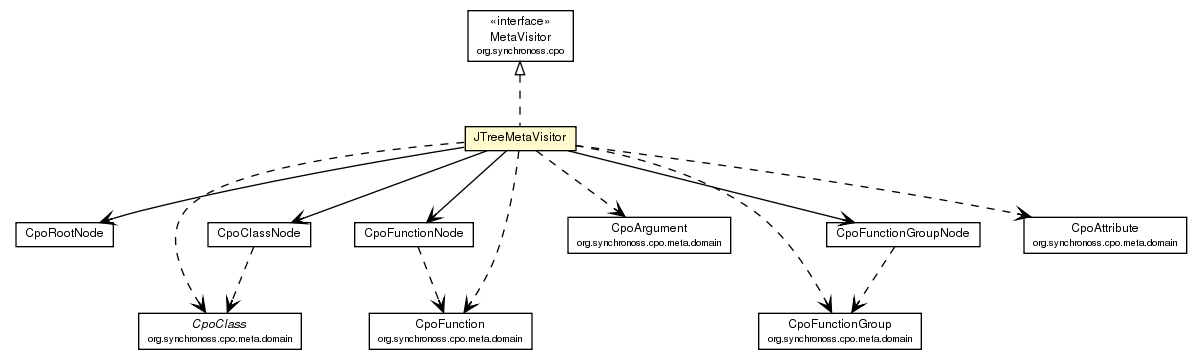
Before: site/apidocs/org/synchronoss/cpo/util/JTreeMetaVisitor.png, a diagram exported from Graphviz (synchronoss/cpo-util). Its source is kept beside it as site/apidocs/org/synchronoss/cpo/util/JTreeMetaVisitor.dot.
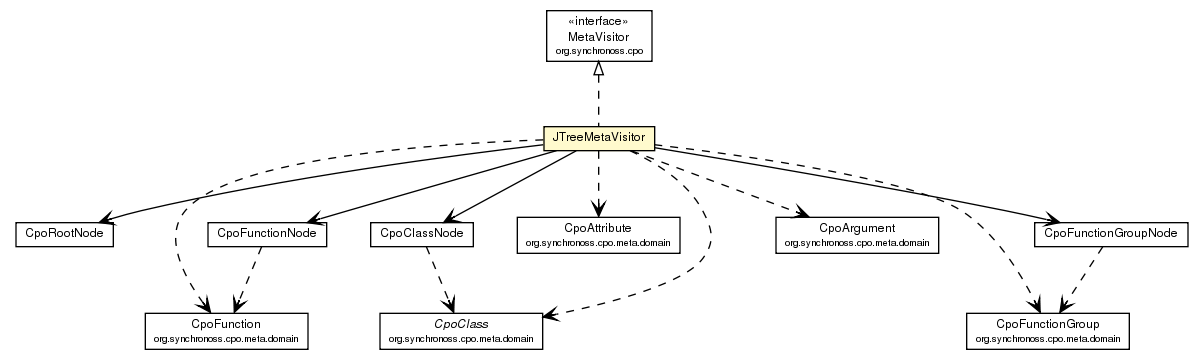
Above is the later version.

What changed in the source:
```diff
@@ -37,28 +37,28 @@
 	c1707:p -> c1767:p [taillabel="", label="", headlabel="", fontname="Helvetica", fontcolor="black", fontsize=10.0, color="black", arrowhead=open, style=dashed];
 	c1707:p -> c1769:p [taillabel="", label="", headlabel="", fontname="Helvetica", fontcolor="black", fontsize=10.0, color="black", arrowhead=open, style=dashed];
 	c1707:p -> c1770:p [taillabel="", label="", headlabel="", fontname="Helvetica", fontcolor="black", fontsize=10.0, color="black", arrowhead=open, style=dashed];
-	c1721:p -> c1767:p [taillabel="", label="", headlabel="", fontname="Helvetica", fontcolor="black", fontsize=10.0, color="black", arrowhead=open, style=dashed];
-	c1723:p -> c1765:p [taillabel="", label="", headlabel="", fontname="Helvetica", fontcolor="black", fontsize=10.0, color="black", arrowhead=open, style=dashed];
+	c1721:p -> c1766:p [taillabel="", label="", headlabel="", fontname="Helvetica", fontcolor="black", fontsize=10.0, color="black", arrowhead=open, style=dashed];
+	c1723:p -> c1770:p [taillabel="", label="", headlabel="", fontname="Helvetica", fontcolor="black", fontsize=10.0, color="black", arrowhead=open, style=dashed];
 	c1728:p -> c1769:p [taillabel="", label="", headlabel="", fontname="Helvetica", fontcolor="black", fontsize=10.0, color="black", arrowhead=open, style=dashed];
-	c1765 [label=<<table border="0" cellborder="1" cellspacing="0" cellpadding="2" port="p" href="http://java.sun.com/j2se/1.4.2/docs/api/org/synchronoss/cpo/meta/domain/CpoClass.html">
+	c1770 [label=<<table border="0" cellborder="1" cellspacing="0" cellpadding="2" port="p" href="http://java.sun.com/j2se/1.4.2/docs/api/org/synchronoss/cpo/meta/domain/CpoClass.html">
 		<tr><td><table border="0" cellspacing="0" cellpadding="1">
 			<tr><td><font face="Helvetica-Oblique"> CpoClass </font></td></tr>
 			<tr><td><font point-size="7.0"> org.synchronoss.cpo.meta.domain </font></td></tr>
 		</table></td></tr>
 		</table>>, fontname="Helvetica", fontcolor="black", fontsize=9.0];
-	c1766 [label=<<table border="0" cellborder="1" cellspacing="0" cellpadding="2" port="p" href="http://java.sun.com/j2se/1.4.2/docs/api/org/synchronoss/cpo/meta/domain/CpoArgument.html">
+	c1767 [label=<<table border="0" cellborder="1" cellspacing="0" cellpadding="2" port="p" href="http://java.sun.com/j2se/1.4.2/docs/api/org/synchronoss/cpo/meta/domain/CpoArgument.html">
 		<tr><td><table border="0" cellspacing="0" cellpadding="1">
 			<tr><td> CpoArgument </td></tr>
 			<tr><td><font point-size="7.0"> org.synchronoss.cpo.meta.domain </font></td></tr>
 		</table></td></tr>
 		</table>>, fontname="Helvetica", fontcolor="black", fontsize=9.0];
-	c1770 [label=<<table border="0" cellborder="1" cellspacing="0" cellpadding="2" port="p" href="http://java.sun.com/j2se/1.4.2/docs/api/org/synchronoss/cpo/meta/domain/CpoAttribute.html">
+	c1765 [label=<<table border="0" cellborder="1" cellspacing="0" cellpadding="2" port="p" href="http://java.sun.com/j2se/1.4.2/docs/api/org/synchronoss/cpo/meta/domain/CpoAttribute.html">
 		<tr><td><table border="0" cellspacing="0" cellpadding="1">
 			<tr><td> CpoAttribute </td></tr>
 			<tr><td><font point-size="7.0"> org.synchronoss.cpo.meta.domain </font></td></tr>
 		</table></td></tr>
 		</table>>, fontname="Helvetica", fontcolor="black", fontsize=9.0];
-	c1767 [label=<<table border="0" cellborder="1" cellspacing="0" cellpadding="2" port="p" href="http://java.sun.com/j2se/1.4.2/docs/api/org/synchronoss/cpo/meta/domain/CpoFunction.html">
+	c1766 [label=<<table border="0" cellborder="1" cellspacing="0" cellpadding="2" port="p" href="http://java.sun.com/j2se/1.4.2/docs/api/org/synchronoss/cpo/meta/domain/CpoFunction.html">
 		<tr><td><table border="0" cellspacing="0" cellpadding="1">
 			<tr><td> CpoFunction </td></tr>
 			<tr><td><font point-size="7.0"> org.synchronoss.cpo.meta.domain </font></td></tr>
```
